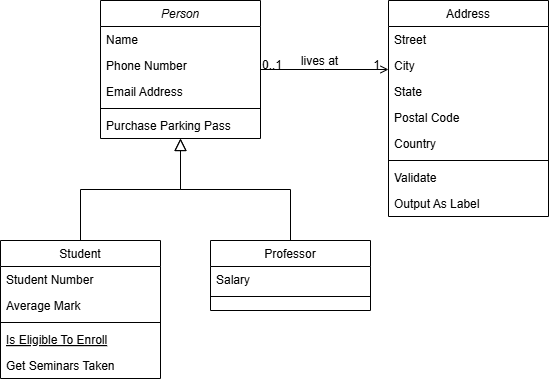
brunnoff/atm-simulator keeps this draw.io diagram as atm-simulator_uml.png. Above is the earlier version. Source tidied: cells renumbered, new cells last; positions are measured from the earlier drawing's top-left corner, leaving out a move shared by most shapes. Its diagram source:
```xml
<mxGraphModel>
  <root>
    <mxCell id="0" />
    <mxCell id="1" parent="0" />
    <mxCell id="2" value="Person" style="swimlane;fontStyle=2;align=center;verticalAlign=top;horizontal=1;startSize=26;rounded=0;shadow=0;strokeWidth=1;" parent="1" vertex="1">
      <mxGeometry x="100" width="160" height="138" as="geometry" />
    </mxCell>
    <mxCell id="3" value="Name" style="text;align=left;verticalAlign=top;spacingLeft=4;spacingRight=4;overflow=hidden;" parent="2" vertex="1">
      <mxGeometry y="26" width="160" height="26" as="geometry" />
    </mxCell>
    <mxCell id="4" value="Phone Number" style="text;align=left;verticalAlign=top;spacingLeft=4;spacingRight=4;overflow=hidden;rounded=0;shadow=0;html=0;" parent="2" vertex="1">
      <mxGeometry y="52" width="160" height="26" as="geometry" />
    </mxCell>
    <mxCell id="5" value="Email Address" style="text;align=left;verticalAlign=top;spacingLeft=4;spacingRight=4;overflow=hidden;rounded=0;shadow=0;html=0;" parent="2" vertex="1">
      <mxGeometry y="78" width="160" height="26" as="geometry" />
    </mxCell>
    <mxCell id="6" style="line;html=1;strokeWidth=1;align=left;verticalAlign=middle;spacingTop=-1;spacingLeft=3;spacingRight=3;labelPosition=right;" parent="2" vertex="1">
      <mxGeometry y="104" width="160" height="8" as="geometry" />
    </mxCell>
    <mxCell id="7" value="Purchase Parking Pass" style="text;align=left;verticalAlign=top;spacingLeft=4;spacingRight=4;overflow=hidden;" parent="2" vertex="1">
      <mxGeometry y="112" width="160" height="26" as="geometry" />
    </mxCell>
    <mxCell id="8" value="Student" style="swimlane;fontStyle=0;align=center;verticalAlign=top;horizontal=1;startSize=26;rounded=0;shadow=0;strokeWidth=1;" parent="1" vertex="1">
      <mxGeometry y="240" width="160" height="138" as="geometry" />
    </mxCell>
    <mxCell id="9" value="Student Number" style="text;align=left;verticalAlign=top;spacingLeft=4;spacingRight=4;overflow=hidden;" parent="8" vertex="1">
      <mxGeometry y="26" width="160" height="26" as="geometry" />
    </mxCell>
    <mxCell id="10" value="Average Mark" style="text;align=left;verticalAlign=top;spacingLeft=4;spacingRight=4;overflow=hidden;rounded=0;shadow=0;html=0;" parent="8" vertex="1">
      <mxGeometry y="52" width="160" height="26" as="geometry" />
    </mxCell>
    <mxCell id="11" style="line;html=1;strokeWidth=1;align=left;verticalAlign=middle;spacingTop=-1;spacingLeft=3;spacingRight=3;labelPosition=right;" parent="8" vertex="1">
      <mxGeometry y="78" width="160" height="8" as="geometry" />
    </mxCell>
    <mxCell id="12" value="Is Eligible To Enroll" style="text;align=left;verticalAlign=top;spacingLeft=4;spacingRight=4;overflow=hidden;fontStyle=4;" parent="8" vertex="1">
      <mxGeometry y="86" width="160" height="26" as="geometry" />
    </mxCell>
    <mxCell id="13" value="Get Seminars Taken" style="text;align=left;verticalAlign=top;spacingLeft=4;spacingRight=4;overflow=hidden;" parent="8" vertex="1">
      <mxGeometry y="112" width="160" height="26" as="geometry" />
    </mxCell>
    <mxCell id="14" style="endArrow=block;endSize=10;endFill=0;shadow=0;strokeWidth=1;rounded=0;curved=0;edgeStyle=elbowEdgeStyle;elbow=vertical;" parent="1" edge="1" source="8" target="2">
      <mxGeometry relative="1" as="geometry" />
    </mxCell>
    <mxCell id="15" value="Professor" style="swimlane;fontStyle=0;align=center;verticalAlign=top;horizontal=1;startSize=26;rounded=0;shadow=0;strokeWidth=1;" parent="1" vertex="1">
      <mxGeometry x="210" y="240" width="160" height="70" as="geometry" />
    </mxCell>
    <mxCell id="16" value="Salary" style="text;align=left;verticalAlign=top;spacingLeft=4;spacingRight=4;overflow=hidden;" parent="15" vertex="1">
      <mxGeometry y="26" width="160" height="26" as="geometry" />
    </mxCell>
    <mxCell id="17" style="line;html=1;strokeWidth=1;align=left;verticalAlign=middle;spacingTop=-1;spacingLeft=3;spacingRight=3;labelPosition=right;" parent="15" vertex="1">
      <mxGeometry y="52" width="160" height="8" as="geometry" />
    </mxCell>
    <mxCell id="18" style="endArrow=block;endSize=10;endFill=0;shadow=0;strokeWidth=1;rounded=0;curved=0;edgeStyle=elbowEdgeStyle;elbow=vertical;" parent="1" edge="1" source="15" target="2">
      <mxGeometry relative="1" as="geometry" />
    </mxCell>
    <mxCell id="19" value="Address" style="swimlane;fontStyle=0;align=center;verticalAlign=top;horizontal=1;startSize=26;rounded=0;shadow=0;strokeWidth=1;" parent="1" vertex="1">
      <mxGeometry x="388" width="160" height="216" as="geometry" />
    </mxCell>
    <mxCell id="20" value="Street" style="text;align=left;verticalAlign=top;spacingLeft=4;spacingRight=4;overflow=hidden;" parent="19" vertex="1">
      <mxGeometry y="26" width="160" height="26" as="geometry" />
    </mxCell>
    <mxCell id="21" value="City" style="text;align=left;verticalAlign=top;spacingLeft=4;spacingRight=4;overflow=hidden;rounded=0;shadow=0;html=0;" parent="19" vertex="1">
      <mxGeometry y="52" width="160" height="26" as="geometry" />
    </mxCell>
    <mxCell id="22" value="State" style="text;align=left;verticalAlign=top;spacingLeft=4;spacingRight=4;overflow=hidden;rounded=0;shadow=0;html=0;" parent="19" vertex="1">
      <mxGeometry y="78" width="160" height="26" as="geometry" />
    </mxCell>
    <mxCell id="23" value="Postal Code" style="text;align=left;verticalAlign=top;spacingLeft=4;spacingRight=4;overflow=hidden;rounded=0;shadow=0;html=0;" parent="19" vertex="1">
      <mxGeometry y="104" width="160" height="26" as="geometry" />
    </mxCell>
    <mxCell id="24" value="Country" style="text;align=left;verticalAlign=top;spacingLeft=4;spacingRight=4;overflow=hidden;rounded=0;shadow=0;html=0;" parent="19" vertex="1">
      <mxGeometry y="130" width="160" height="26" as="geometry" />
    </mxCell>
    <mxCell id="25" style="line;html=1;strokeWidth=1;align=left;verticalAlign=middle;spacingTop=-1;spacingLeft=3;spacingRight=3;labelPosition=right;" parent="19" vertex="1">
      <mxGeometry y="156" width="160" height="8" as="geometry" />
    </mxCell>
    <mxCell id="26" value="Validate" style="text;align=left;verticalAlign=top;spacingLeft=4;spacingRight=4;overflow=hidden;" parent="19" vertex="1">
      <mxGeometry y="164" width="160" height="26" as="geometry" />
    </mxCell>
    <mxCell id="27" value="Output As Label" style="text;align=left;verticalAlign=top;spacingLeft=4;spacingRight=4;overflow=hidden;" parent="19" vertex="1">
      <mxGeometry y="190" width="160" height="26" as="geometry" />
    </mxCell>
    <mxCell id="28" style="endArrow=open;shadow=0;strokeWidth=1;rounded=0;curved=0;endFill=1;edgeStyle=elbowEdgeStyle;elbow=vertical;" parent="1" edge="1" source="2" target="19">
      <mxGeometry x="0.5" y="41" relative="1" as="geometry">
        <mxPoint x="-40" y="32" as="offset" />
      </mxGeometry>
    </mxCell>
    <mxCell id="29" value="0..1" style="align=left;verticalAlign=bottom;labelBackgroundColor=none;fontSize=12;" parent="28" vertex="1">
      <mxGeometry x="-1" relative="1" as="geometry">
        <mxPoint y="4" as="offset" />
      </mxGeometry>
    </mxCell>
    <mxCell id="30" value="1" style="align=right;verticalAlign=bottom;labelBackgroundColor=none;fontSize=12;" parent="28" vertex="1">
      <mxGeometry x="1" relative="1" as="geometry">
        <mxPoint x="-7" y="4" as="offset" />
      </mxGeometry>
    </mxCell>
    <mxCell id="31" value="lives at" style="text;html=1;align=center;verticalAlign=middle;labelBackgroundColor=none;rounded=0;shadow=0;strokeWidth=1;fontSize=12;" parent="28" vertex="1">
      <mxGeometry x="0.5" y="49" relative="1" as="geometry">
        <mxPoint x="-38" y="40" as="offset" />
      </mxGeometry>
    </mxCell>
  </root>
</mxGraphModel>
```
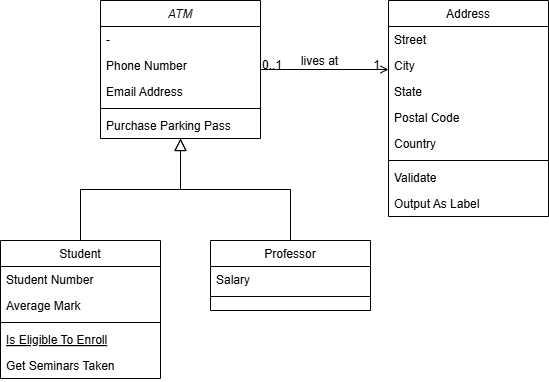
After the commit.

Diff of the diagram source:
```diff
@@ -2,10 +2,10 @@
   <root>
     <mxCell id="0" />
     <mxCell id="1" parent="0" />
-    <mxCell id="2" value="Person" style="swimlane;fontStyle=2;align=center;verticalAlign=top;horizontal=1;startSize=26;rounded=0;shadow=0;strokeWidth=1;" parent="1" vertex="1">
+    <mxCell id="2" value="ATM" style="swimlane;fontStyle=2;align=center;verticalAlign=top;horizontal=1;startSize=26;rounded=0;shadow=0;strokeWidth=1;" parent="1" vertex="1">
       <mxGeometry x="100" width="160" height="138" as="geometry" />
     </mxCell>
-    <mxCell id="3" value="Name" style="text;align=left;verticalAlign=top;spacingLeft=4;spacingRight=4;overflow=hidden;" parent="2" vertex="1">
+    <mxCell id="3" value="- " style="text;align=left;verticalAlign=top;spacingLeft=4;spacingRight=4;overflow=hidden;" parent="2" vertex="1">
       <mxGeometry y="26" width="160" height="26" as="geometry" />
     </mxCell>
     <mxCell id="4" value="Phone Number" style="text;align=left;verticalAlign=top;spacingLeft=4;spacingRight=4;overflow=hidden;rounded=0;shadow=0;html=0;" parent="2" vertex="1">
```
